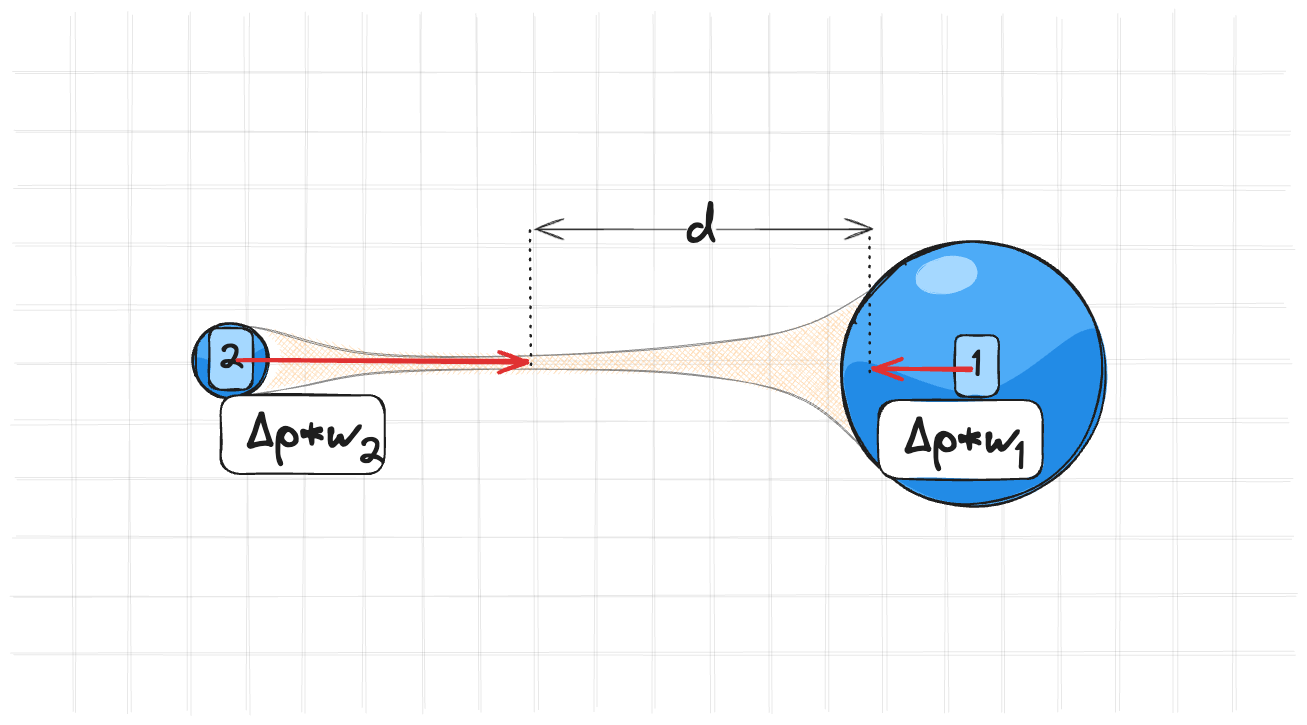
Above: assets/images/constraints/pbd/mass_delta.excalidraw.png in kozakromch/game_physics_2 (Excalidraw), before the change. Source tidied: one line per element, renumbered; positions are measured from the earlier drawing's top-left corner, leaving out a move shared by most shapes.
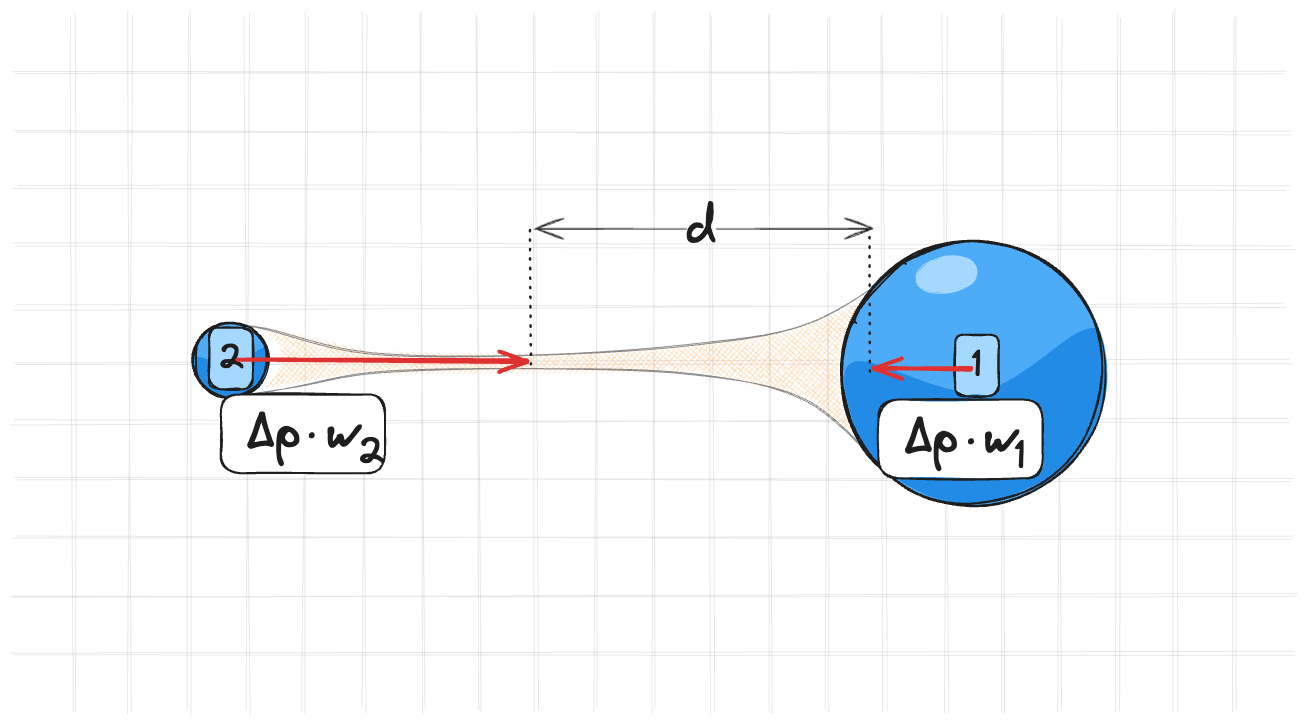
After the change.

Change to the diagram source:
```diff
@@ -27,33 +27,35 @@
 {"id": 26, "type": "line", "strokeColor": "#1e1e1e", "angle": 1.57, "strokeWidth": 1, "roughness": 2, "opacity": 10, "round": true, "x": 813, "y": 291, "width": 697, "height": 0, "points": [[0, 0], [697, 0]]}
 {"id": 27, "type": "line", "strokeColor": "#1e1e1e", "angle": 1.57, "strokeWidth": 1, "roughness": 2, "opacity": 10, "round": true, "x": 1103, "y": 290, "width": 697, "height": 0, "points": [[0, 0], [697, 0]]}
 {"id": 28, "type": "line", "strokeColor": "#1e1e1e", "angle": 1.57, "strokeWidth": 1, "roughness": 2, "opacity": 10, "round": true, "x": 755, "y": 290, "width": 697, "height": 0, "points": [[0, 0], [697, 0]]}
-{"id": 29, "type": "line", "strokeColor": "#1e1e1e", "angle": 1.57, "strokeWidth": 1, "roughness": 2, "opacity": 10, "round": true, "x": 1045, "y": 291, "width": 697, "height": 0, "points": [[0, 0], [697, 0]]}
+{"id": 29, "type": "line", "strokeColor": "#1e1e1e", "angle": 1.57, "strokeWidth": 1, "roughness": 2, "opacity": 10, "round": true, "x": 1045, "y": 290, "width": 697, "height": 0, "points": [[0, 0], [697, 0]]}
 {"id": 30, "type": "line", "strokeColor": "#1e1e1e", "angle": 1.57, "strokeWidth": 1, "roughness": 2, "opacity": 10, "round": true, "x": 697, "y": 290, "width": 697, "height": 0, "points": [[0, 0], [697, 0]]}
 {"id": 31, "type": "line", "strokeColor": "#1e1e1e", "angle": 1.57, "strokeWidth": 1, "roughness": 2, "opacity": 10, "round": true, "x": 987, "y": 290, "width": 696, "height": 0, "points": [[0, 0], [696, 0]]}
 {"id": 32, "type": "line", "strokeColor": "transparent", "angle": 6.28, "backgroundColor": "#ffa94d", "fillStyle": "cross-hatch", "strokeWidth": 1, "roughness": 1, "opacity": 40, "x": 818, "y": 282, "width": 616, "height": 148, "points": [[0, 0], [127, -5], [236, -20], [290, -37], [337, -63], [305, -26], [295, 8], [297, 43], [316, 85], [261, 44], [145, 17], [-183, 16], [-279, 32], [-269, 21], [-264, 6], [-265, -11], [-278, -26], [-175, -3], [0, 0]]}
-{"id": 33, "type": "line", "strokeColor": "#1e1e1e", "angle": 5.4, "strokeWidth": 1, "roughness": 1, "opacity": 50, "round": true, "x": 658, "y": 86, "width": 357, "height": 546, "points": [[0, 0], [45, 38], [111, 97], [214, 216], [307, 338], [357, 441], [353, 546]]}
+{"id": 33, "type": "line", "strokeColor": "#1e1e1e", "angle": 5.4, "strokeWidth": 1, "roughness": 1, "opacity": 50, "round": true, "x": 658, "y": 85, "width": 357, "height": 546, "points": [[0, 0], [45, 38], [111, 97], [214, 216], [307, 338], [357, 441], [353, 546]]}
 {"id": 34, "type": "line", "strokeColor": "#1e1e1e", "angle": 5.65, "strokeWidth": 1, "roughness": 1, "opacity": 50, "round": true, "x": 1140, "y": 394, "width": 583, "height": 349, "points": [[0, 0], [-117, -8], [-224, -61], [-363, -149], [-490, -247], [-560, -328], [-583, -349]]}
 {"id": 35, "type": "ellipse", "strokeColor": "#1e1e1e", "angle": 3.96, "backgroundColor": "#4dabf7", "fillStyle": "solid", "strokeWidth": 2, "roughness": 1, "x": 1117, "y": 168, "width": 265, "height": 265}
 {"id": 36, "type": "line", "strokeColor": "transparent", "angle": 5.93, "backgroundColor": "#228be6", "fillStyle": "solid", "strokeWidth": 1, "roughness": 0, "round": true, "x": 1246, "y": 426, "width": 260, "height": 180, "points": [[0, 0], [-44, -12], [-77, -38], [-104, -78], [-113, -134], [-89, -180], [15, -109], [131, -130], [147, -114], [132, -66], [106, -31], [61, -6], [0, 0]]}
-{"id": 37, "type": "ellipse", "strokeColor": "#a5d8ff", "angle": 6.1, "backgroundColor": "#a5d8ff", "fillStyle": "solid", "strokeWidth": 1, "roughness": 1, "round": true, "x": 1191, "y": 185, "width": 62, "height": 35}
+{"id": 37, "type": "ellipse", "strokeColor": "#a5d8ff", "angle": 6.1, "backgroundColor": "#a5d8ff", "fillStyle": "solid", "strokeWidth": 1, "roughness": 1, "round": true, "x": 1191, "y": 184, "width": 62, "height": 35}
 {"id": 38, "type": "ellipse", "strokeColor": "#1e1e1e", "angle": 5.4, "strokeWidth": 2, "roughness": 1, "round": true, "x": 1116, "y": 171, "width": 265, "height": 258}
 {"id": 39, "type": "arrow", "strokeColor": "#1e1e1e", "angle": 5.4, "backgroundColor": "#a5d8ff", "fillStyle": "cross-hatch", "strokeWidth": 1, "roughness": 1, "startArrowhead": "arrow", "endArrowhead": "arrow", "round": true, "x": 871, "y": 26, "width": 213, "height": 260, "points": [[0, 0], [213, 260]]}
 {"id": 40, "type": "text", "text": "d", "strokeColor": "#1e1e1e", "backgroundColor": "#a5d8ff", "fillStyle": "cross-hatch", "strokeWidth": 1, "strokeStyle": "dotted", "roughness": 1, "fontSize": 51.52, "fontFamily": 1, "textAlign": "center", "verticalAlign": "middle", "inside": 39, "x": 1447, "y": 254, "width": 29, "height": 64}
 {"id": 41, "type": "ellipse", "strokeColor": "#1e1e1e", "angle": 3.96, "backgroundColor": "#4dabf7", "fillStyle": "solid", "strokeWidth": 2, "roughness": 1, "x": 469, "y": 250, "width": 75, "height": 75}
-{"id": 42, "type": "line", "strokeColor": "transparent", "angle": 5.93, "backgroundColor": "#228be6", "fillStyle": "solid", "strokeWidth": 1, "roughness": 0, "round": true, "x": 505, "y": 324, "width": 74, "height": 51, "points": [[0, 0], [-12, -4], [-22, -11], [-30, -22], [-32, -38], [-25, -51], [4, -31], [37, -37], [42, -32], [38, -19], [30, -9], [17, -2], [0, 0]]}
+{"id": 42, "type": "line", "strokeColor": "transparent", "angle": 5.93, "backgroundColor": "#228be6", "fillStyle": "solid", "strokeWidth": 1, "roughness": 0, "round": true, "x": 505, "y": 323, "width": 74, "height": 51, "points": [[0, 0], [-12, -4], [-22, -11], [-30, -22], [-32, -38], [-25, -51], [4, -31], [37, -37], [42, -32], [38, -19], [30, -9], [17, -2], [0, 0]]}
-{"id": 43, "type": "ellipse", "strokeColor": "#a5d8ff", "angle": 6.1, "backgroundColor": "#a5d8ff", "fillStyle": "solid", "strokeWidth": 1, "roughness": 1, "round": true, "x": 490, "y": 255, "width": 18, "height": 10}
+{"id": 43, "type": "ellipse", "strokeColor": "#a5d8ff", "angle": 6.1, "backgroundColor": "#a5d8ff", "fillStyle": "solid", "strokeWidth": 1, "roughness": 1, "round": true, "x": 490, "y": 254, "width": 18, "height": 10}
-{"id": 44, "type": "ellipse", "strokeColor": "#1e1e1e", "angle": 5.4, "strokeWidth": 2, "roughness": 1, "round": true, "x": 468, "y": 251, "width": 76, "height": 74}
+{"id": 44, "type": "ellipse", "strokeColor": "#1e1e1e", "angle": 5.4, "strokeWidth": 2, "roughness": 1, "round": true, "x": 468, "y": 250, "width": 76, "height": 74}
-{"id": 45, "type": "line", "strokeColor": "#1e1e1e", "angle": 5.4, "backgroundColor": "#a5d8ff", "fillStyle": "cross-hatch", "strokeWidth": 2, "strokeStyle": "dotted", "roughness": 1, "round": true, "x": 753, "y": 268, "width": 107, "height": 89, "points": [[0, 0], [107, -89]]}
+{"id": 45, "type": "line", "strokeColor": "#1e1e1e", "angle": 5.4, "backgroundColor": "#a5d8ff", "fillStyle": "cross-hatch", "strokeWidth": 2, "strokeStyle": "dotted", "roughness": 1, "round": true, "x": 753, "y": 267, "width": 107, "height": 89, "points": [[0, 0], [107, -89]]}
-{"id": 46, "type": "line", "strokeColor": "#1e1e1e", "angle": 5.4, "backgroundColor": "#a5d8ff", "fillStyle": "cross-hatch", "strokeWidth": 2, "strokeStyle": "dotted", "roughness": 1, "round": true, "x": 1092, "y": 274, "width": 109, "height": 91, "points": [[0, 0], [109, -91]]}
+{"id": 46, "type": "line", "strokeColor": "#1e1e1e", "angle": 5.4, "backgroundColor": "#a5d8ff", "fillStyle": "cross-hatch", "strokeWidth": 2, "strokeStyle": "dotted", "roughness": 1, "round": true, "x": 1092, "y": 273, "width": 109, "height": 91, "points": [[0, 0], [109, -91]]}
 {"id": 47, "type": "rectangle", "strokeColor": "#1e1e1e", "backgroundColor": "#a5d8ff", "fillStyle": "solid", "strokeWidth": 2, "roughness": 1, "round": true, "x": 1231, "y": 262, "width": 44, "height": 62}
 {"id": 48, "type": "text", "text": "1", "strokeColor": "#1e1e1e", "backgroundColor": "#ffffff", "fillStyle": "solid", "strokeWidth": 2, "roughness": 1, "fontSize": 37.65, "fontFamily": 1, "textAlign": "center", "verticalAlign": "middle", "inside": 47, "x": 1248, "y": 269, "width": 10, "height": 47}
 {"id": 49, "type": "rectangle", "strokeColor": "#1e1e1e", "backgroundColor": "#a5d8ff", "fillStyle": "solid", "strokeWidth": 2, "roughness": 1, "round": true, "x": 485, "y": 255, "width": 44, "height": 62}
-{"id": 50, "type": "text", "text": "2", "strokeColor": "#1e1e1e", "backgroundColor": "#ffffff", "fillStyle": "solid", "strokeWidth": 2, "roughness": 1, "fontSize": 37.65, "fontFamily": 1, "textAlign": "center", "verticalAlign": "middle", "inside": 49, "x": 493, "y": 263, "width": 27, "height": 47}
+{"id": 50, "type": "text", "text": "2", "strokeColor": "#1e1e1e", "backgroundColor": "#ffffff", "fillStyle": "solid", "strokeWidth": 2, "roughness": 1, "fontSize": 37.65, "fontFamily": 1, "textAlign": "center", "verticalAlign": "middle", "inside": 49, "x": 493, "y": 262, "width": 27, "height": 47}
 {"id": 51, "type": "arrow", "strokeColor": "#e03131", "angle": 5.4, "strokeWidth": 4, "roughness": 1, "endArrowhead": "arrow", "round": true, "x": 567, "y": 176, "width": 184, "height": 224, "points": [[0, 0], [184, 224]]}
 {"id": 52, "type": "arrow", "strokeColor": "#e03131", "angle": 5.4, "strokeWidth": 4, "roughness": 1, "endArrowhead": "arrow", "round": true, "x": 1229, "y": 333, "width": 62, "height": 76, "points": [[0, 0], [-62, -76]]}
 {"id": 53, "type": "rectangle", "strokeColor": "#1e1e1e", "backgroundColor": "#ffffff", "fillStyle": "solid", "strokeWidth": 2, "roughness": 1, "round": true, "x": 1154, "y": 327, "width": 164, "height": 79}
-{"id": 54, "type": "text", "text": "∆p*w", "strokeColor": "#1e1e1e", "backgroundColor": "#ffffff", "fillStyle": "solid", "strokeWidth": 2, "roughness": 1, "fontSize": 51.52, "fontFamily": 1, "textAlign": "center", "verticalAlign": "middle", "inside": 53, "x": 1181, "y": 334, "width": 110, "height": 64}
+{"id": 54, "type": "text", "text": "∆p w", "strokeColor": "#1e1e1e", "backgroundColor": "#ffffff", "fillStyle": "solid", "strokeWidth": 2, "roughness": 1, "fontSize": 51.52, "fontFamily": 1, "textAlign": "center", "verticalAlign": "middle", "inside": 53, "x": 1181, "y": 334, "width": 110, "height": 64}
-{"id": 55, "type": "text", "text": "1", "strokeColor": "#1e1e1e", "backgroundColor": "#ffffff", "fillStyle": "solid", "strokeWidth": 2, "roughness": 1, "fontSize": 40.07, "fontFamily": 1, "x": 1291, "y": 360, "width": 11, "height": 50}
+{"id": 55, "type": "text", "text": "1", "strokeColor": "#1e1e1e", "backgroundColor": "#ffffff", "fillStyle": "solid", "strokeWidth": 2, "roughness": 1, "fontSize": 40.07, "fontFamily": 1, "x": 1291, "y": 359, "width": 11, "height": 50}
 {"id": 56, "type": "rectangle", "strokeColor": "#1e1e1e", "backgroundColor": "#ffffff", "fillStyle": "solid", "strokeWidth": 2, "roughness": 1, "round": true, "x": 496, "y": 322, "width": 164, "height": 79}
-{"id": 57, "type": "text", "text": "∆p*w", "strokeColor": "#1e1e1e", "backgroundColor": "#ffffff", "fillStyle": "solid", "strokeWidth": 2, "roughness": 1, "fontSize": 51.52, "fontFamily": 1, "textAlign": "center", "verticalAlign": "middle", "inside": 56, "x": 523, "y": 330, "width": 110, "height": 64}
+{"id": 57, "type": "text", "text": "∆p w", "strokeColor": "#1e1e1e", "backgroundColor": "#ffffff", "fillStyle": "solid", "strokeWidth": 2, "roughness": 1, "fontSize": 51.52, "fontFamily": 1, "textAlign": "center", "verticalAlign": "middle", "inside": 56, "x": 524, "y": 329, "width": 110, "height": 64}
 {"id": 58, "type": "text", "text": "2", "strokeColor": "#1e1e1e", "backgroundColor": "#ffffff", "fillStyle": "solid", "strokeWidth": 2, "roughness": 1, "fontSize": 40.07, "fontFamily": 1, "x": 633, "y": 355, "width": 29, "height": 50}
+{"id": 59, "type": "text", "text": ".", "strokeColor": "#1e1e1e", "backgroundColor": "#1e1e1e", "fillStyle": "solid", "strokeWidth": 2, "roughness": 1, "fontSize": 36, "fontFamily": 1, "x": 582, "y": 332, "width": 10, "height": 45}
+{"id": 60, "type": "text", "text": ".", "strokeColor": "#1e1e1e", "backgroundColor": "#1e1e1e", "fillStyle": "solid", "strokeWidth": 2, "roughness": 1, "fontSize": 36, "fontFamily": 1, "x": 1241, "y": 338, "width": 10, "height": 45}
```
